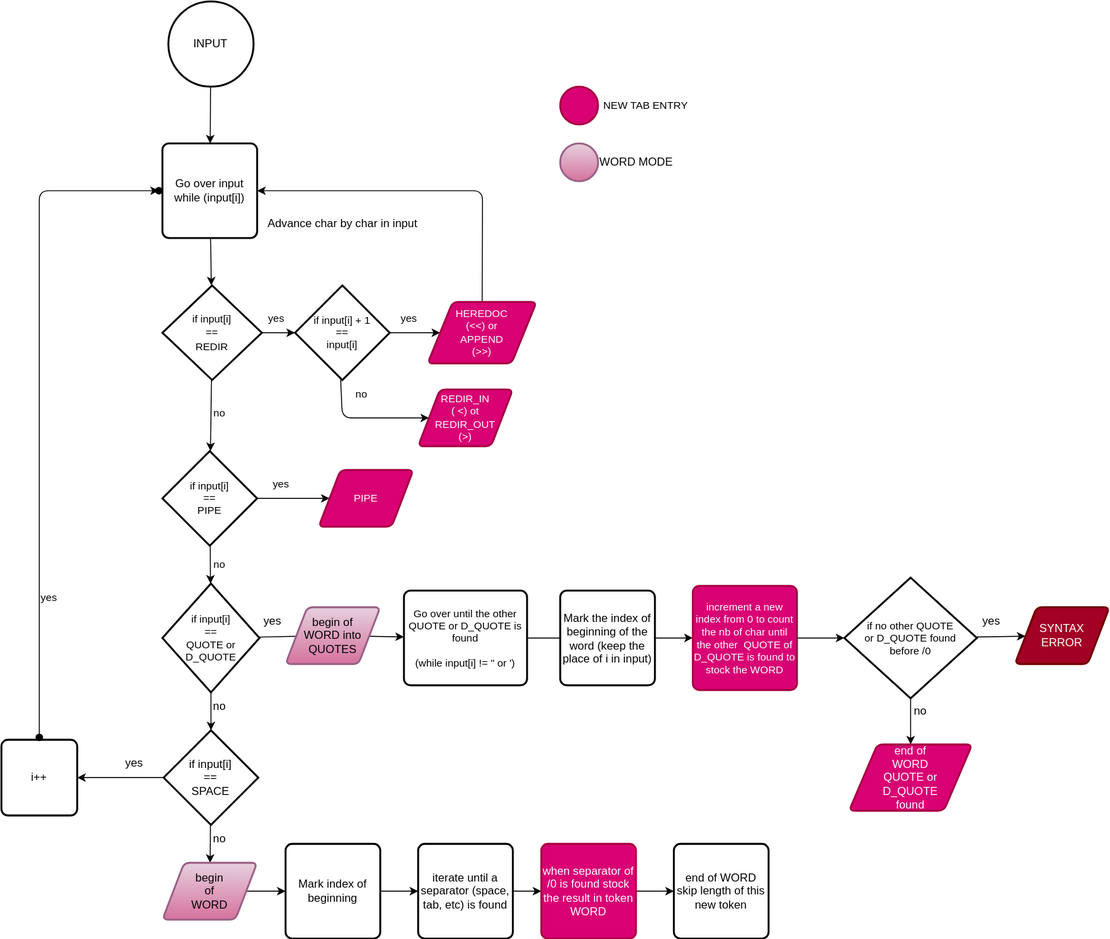
csteylae/MiniTry keeps this draw.io diagram as draws/doc_tokenization.drawio.svg. Above is the earlier version. Source tidied: cells renumbered, new cells last; positions are measured from the earlier drawing's top-left corner, leaving out a move shared by most shapes.
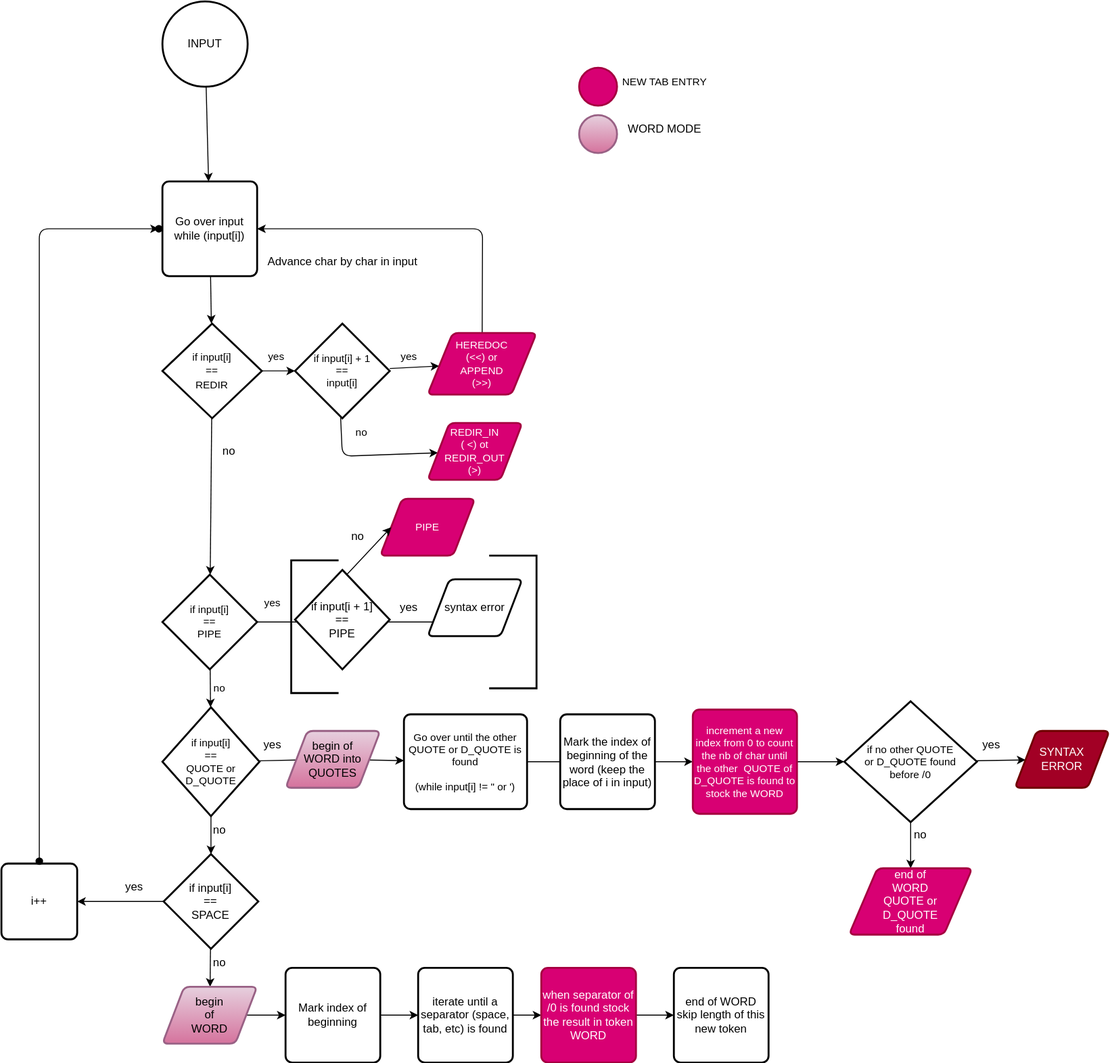
Above is the later version.

Change to the diagram source:
```diff
@@ -6,19 +6,19 @@
       <mxGeometry relative="1" as="geometry" />
     </mxCell>
     <mxCell id="3" value="Go over input&lt;br&gt;while (input[i])" style="rounded=1;whiteSpace=wrap;html=1;absoluteArcSize=1;arcSize=14;strokeWidth=2;" parent="1" vertex="1">
-      <mxGeometry x="170" y="150" width="100" height="100" as="geometry" />
+      <mxGeometry x="170" y="60" width="100" height="100" as="geometry" />
     </mxCell>
     <mxCell id="4" value="Advance char by char in input" style="text;html=1;align=center;verticalAlign=middle;strokeColor=none;fillColor=none;" parent="1" vertex="1">
-      <mxGeometry x="270" y="220" width="180" height="30" as="geometry" />
+      <mxGeometry x="270" y="130" width="180" height="30" as="geometry" />
     </mxCell>
+    <mxCell id="6" style="edgeStyle=none;html=1;fontSize=11;" parent="1" edge="1" source="7" target="10">
+      <mxGeometry relative="1" as="geometry" />
+    </mxCell>
-    <mxCell id="5" style="edgeStyle=none;html=1;fontSize=11;" parent="1" edge="1" source="7" target="18">
+    <mxCell id="5" style="edgeStyle=none;html=1;" parent="1" edge="1" source="7" target="18">
       <mxGeometry relative="1" as="geometry" />
     </mxCell>
-    <mxCell id="6" style="edgeStyle=none;html=1;fontSize=11;" parent="1" edge="1" source="7" target="10">
-      <mxGeometry relative="1" as="geometry" />
-    </mxCell>
     <mxCell id="7" value="&lt;span style=&quot;font-size: 11px;&quot;&gt;if input[i] &lt;br&gt;== &lt;br&gt;REDIR&lt;/span&gt;" style="strokeWidth=2;html=1;shape=mxgraph.flowchart.decision;whiteSpace=wrap;" parent="1" vertex="1">
-      <mxGeometry x="170" y="300" width="105" height="100" as="geometry" />
+      <mxGeometry x="170" y="210" width="105" height="100" as="geometry" />
     </mxCell>
     <mxCell id="8" style="edgeStyle=none;html=1;fontSize=11;" parent="1" edge="1" source="10" target="13">
       <mxGeometry relative="1" as="geometry" />
@@ -26,55 +26,52 @@
     <mxCell id="9" style="edgeStyle=none;html=1;fontSize=11;exitX=-0.046;exitY=-0.022;exitDx=0;exitDy=0;exitPerimeter=0;" parent="1" edge="1" source="15" target="14">
       <mxGeometry relative="1" as="geometry">
         <Array as="points">
-          <mxPoint x="360" y="440" />
+          <mxPoint x="360" y="350" />
         </Array>
       </mxGeometry>
     </mxCell>
     <mxCell id="10" value="if input[i] + 1 &lt;br&gt;== &lt;br&gt;input[i]" style="strokeWidth=2;html=1;shape=mxgraph.flowchart.decision;whiteSpace=wrap;fontSize=11;" parent="1" vertex="1">
-      <mxGeometry x="310" y="300" width="100" height="100" as="geometry" />
+      <mxGeometry x="310" y="210" width="100" height="100" as="geometry" />
     </mxCell>
     <mxCell id="11" value="yes" style="text;html=1;align=center;verticalAlign=middle;strokeColor=none;fillColor=none;fontSize=11;" parent="1" vertex="1">
-      <mxGeometry x="410" y="320" width="40" height="30" as="geometry" />
+      <mxGeometry x="410" y="230" width="40" height="30" as="geometry" />
     </mxCell>
     <mxCell id="12" style="edgeStyle=none;html=1;entryX=1;entryY=0.5;entryDx=0;entryDy=0;" parent="1" edge="1" source="13" target="3">
       <mxGeometry relative="1" as="geometry">
         <Array as="points">
-          <mxPoint x="508" y="200" />
+          <mxPoint x="508" y="110" />
         </Array>
       </mxGeometry>
     </mxCell>
     <mxCell id="13" value="HEREDOC&lt;br&gt;&amp;nbsp;(&amp;lt;&amp;lt;) or &lt;br&gt;APPEND &lt;br&gt;(&amp;gt;&amp;gt;)" style="shape=parallelogram;html=1;strokeWidth=2;perimeter=parallelogramPerimeter;whiteSpace=wrap;rounded=1;arcSize=12;size=0.23;fontSize=11;fillColor=#d80073;fontColor=#ffffff;strokeColor=#A50040;" parent="1" vertex="1">
-      <mxGeometry x="450" y="317.5" width="115" height="65" as="geometry" />
+      <mxGeometry x="450" y="220" width="115" height="65" as="geometry" />
     </mxCell>
     <mxCell id="14" value="REDIR_IN&lt;br&gt;( &amp;lt;) ot&lt;br&gt;REDIR_OUT &lt;br&gt;(&amp;gt;)" style="shape=parallelogram;html=1;strokeWidth=2;perimeter=parallelogramPerimeter;whiteSpace=wrap;rounded=1;arcSize=12;size=0.23;fontSize=11;fillColor=#d80073;fontColor=#ffffff;strokeColor=#A50040;" parent="1" vertex="1">
-      <mxGeometry x="440" y="410" width="100" height="60" as="geometry" />
+      <mxGeometry x="450" y="315" width="100" height="60" as="geometry" />
     </mxCell>
     <mxCell id="15" value="no" style="text;html=1;align=center;verticalAlign=middle;points=[];strokeColor=none;fillColor=none;fontSize=11;" parent="1" vertex="1">
-      <mxGeometry x="360" y="400" width="40" height="30" as="geometry" />
+      <mxGeometry x="360" y="310" width="40" height="30" as="geometry" />
     </mxCell>
-    <mxCell id="16" style="edgeStyle=none;html=1;fontSize=11;" parent="1" edge="1" source="18" target="19">
-      <mxGeometry relative="1" as="geometry" />
-    </mxCell>
     <mxCell id="17" style="edgeStyle=none;html=1;fontSize=11;" parent="1" edge="1" source="18" target="26">
       <mxGeometry relative="1" as="geometry" />
     </mxCell>
+    <mxCell id="69" style="edgeStyle=none;html=1;" parent="1" edge="1" source="18" target="73">
+      <mxGeometry relative="1" as="geometry" />
+    </mxCell>
     <mxCell id="18" value="if input[i]&lt;br&gt;==&amp;nbsp;&lt;br&gt;PIPE" style="strokeWidth=2;html=1;shape=mxgraph.flowchart.decision;whiteSpace=wrap;fontSize=11;" parent="1" vertex="1">
       <mxGeometry x="170" y="475" width="100" height="100" as="geometry" />
     </mxCell>
     <mxCell id="19" value="PIPE" style="shape=parallelogram;html=1;strokeWidth=2;perimeter=parallelogramPerimeter;whiteSpace=wrap;rounded=1;arcSize=12;size=0.23;fontSize=11;fillColor=#d80073;fontColor=#ffffff;strokeColor=#A50040;" parent="1" vertex="1">
-      <mxGeometry x="335" y="495" width="100" height="60" as="geometry" />
+      <mxGeometry x="400" y="395" width="100" height="60" as="geometry" />
     </mxCell>
-    <mxCell id="20" value="no" style="text;html=1;align=center;verticalAlign=middle;strokeColor=none;fillColor=none;fontSize=11;" parent="1" vertex="1">
-      <mxGeometry x="210" y="420" width="40" height="30" as="geometry" />
-    </mxCell>
     <mxCell id="21" value="yes" style="text;html=1;align=center;verticalAlign=middle;strokeColor=none;fillColor=none;fontSize=11;" parent="1" vertex="1">
-      <mxGeometry x="275" y="495" width="40" height="30" as="geometry" />
+      <mxGeometry x="266" y="490" width="40" height="30" as="geometry" />
     </mxCell>
     <mxCell id="22" style="strokeWidth=2;html=1;shape=mxgraph.flowchart.start_2;whiteSpace=wrap;fontSize=11;fillColor=#d80073;fontColor=#ffffff;strokeColor=#A50040;" parent="1" vertex="1">
-      <mxGeometry x="590" y="90" width="40" height="40" as="geometry" />
+      <mxGeometry x="610" y="-60" width="40" height="40" as="geometry" />
     </mxCell>
     <mxCell id="23" value="NEW TAB ENTRY&amp;nbsp;" style="text;html=1;align=center;verticalAlign=middle;strokeColor=none;fillColor=none;fontSize=11;" parent="1" vertex="1">
-      <mxGeometry x="620" y="95" width="120" height="30" as="geometry" />
+      <mxGeometry x="640" y="-60" width="120" height="30" as="geometry" />
     </mxCell>
     <mxCell id="24" style="edgeStyle=none;html=1;fontSize=11;startArrow=none;" parent="1" edge="1" source="60" target="28">
       <mxGeometry relative="1" as="geometry" />
@@ -94,11 +91,8 @@
     <mxCell id="29" value="no" style="text;html=1;align=center;verticalAlign=middle;strokeColor=none;fillColor=none;fontSize=11;" parent="1" vertex="1">
       <mxGeometry x="210" y="580" width="40" height="30" as="geometry" />
     </mxCell>
-    <mxCell id="30" value="yes" style="text;html=1;align=center;verticalAlign=middle;strokeColor=none;fillColor=none;fontSize=11;" parent="1" vertex="1">
-      <mxGeometry x="30" y="615" width="40" height="30" as="geometry" />
-    </mxCell>
     <mxCell id="31" value="yes" style="text;html=1;align=center;verticalAlign=middle;strokeColor=none;fillColor=none;fontSize=11;" parent="1" vertex="1">
-      <mxGeometry x="270" y="320" width="40" height="30" as="geometry" />
+      <mxGeometry x="270" y="230" width="40" height="30" as="geometry" />
     </mxCell>
     <mxCell id="32" style="edgeStyle=none;html=1;fontSize=11;" parent="1" edge="1" source="33" target="36">
       <mxGeometry relative="1" as="geometry" />
@@ -140,12 +134,12 @@
       <mxGeometry relative="1" as="geometry" />
     </mxCell>
     <mxCell id="45" value="INPUT" style="strokeWidth=2;html=1;shape=mxgraph.flowchart.start_2;whiteSpace=wrap;" parent="1" vertex="1">
-      <mxGeometry x="176.2" width="90" height="90" as="geometry" />
+      <mxGeometry x="170" y="-130" width="90" height="90" as="geometry" />
     </mxCell>
     <mxCell id="46" style="edgeStyle=none;html=1;" parent="1" edge="1" source="47" target="48">
       <mxGeometry relative="1" as="geometry">
         <Array as="points">
-          <mxPoint x="40" y="200" />
+          <mxPoint x="40" y="110" />
         </Array>
       </mxGeometry>
     </mxCell>
@@ -153,7 +147,7 @@
       <mxGeometry x="30" y="767.5" width="20" height="20" as="geometry" />
     </mxCell>
     <mxCell id="48" style="shape=waypoint;sketch=0;size=6;points=[];fillColor=default;perimeter=centerPerimeter;snapToPoint=1;rounded=1;arcSize=14;strokeWidth=2;" parent="1" vertex="1">
-      <mxGeometry x="156.2" y="190" width="20" height="20" as="geometry" />
+      <mxGeometry x="156.2" y="100" width="20" height="20" as="geometry" />
     </mxCell>
     <mxCell id="49" value="no" style="text;html=1;align=center;verticalAlign=middle;strokeColor=none;fillColor=none;" parent="1" vertex="1">
       <mxGeometry x="210" y="730" width="40" height="30" as="geometry" />
@@ -194,10 +188,10 @@
       <mxGeometry x="300" y="640" width="100" height="60" as="geometry" />
     </mxCell>
     <mxCell id="61" style="strokeWidth=2;html=1;shape=mxgraph.flowchart.start_2;whiteSpace=wrap;fontSize=11;fillColor=#e6d0de;strokeColor=#996185;gradientColor=#d5739d;" parent="1" vertex="1">
-      <mxGeometry x="590" y="150" width="40" height="40" as="geometry" />
+      <mxGeometry x="610" y="-10" width="40" height="40" as="geometry" />
     </mxCell>
     <mxCell id="62" value="WORD MODE" style="text;html=1;align=center;verticalAlign=middle;strokeColor=none;fillColor=none;" parent="1" vertex="1">
-      <mxGeometry x="620" y="155" width="100" height="30" as="geometry" />
+      <mxGeometry x="650" y="-10" width="100" height="30" as="geometry" />
     </mxCell>
     <mxCell id="63" value="yes" style="text;html=1;align=center;verticalAlign=middle;strokeColor=none;fillColor=none;" parent="1" vertex="1">
       <mxGeometry x="266.2" y="640" width="40" height="30" as="geometry" />
@@ -217,5 +211,33 @@
     <mxCell id="68" value="end of WORD skip length of this new token" style="rounded=1;whiteSpace=wrap;html=1;absoluteArcSize=1;arcSize=14;strokeWidth=2;" parent="1" vertex="1">
       <mxGeometry x="710" y="890" width="100" height="100" as="geometry" />
     </mxCell>
+    <mxCell id="70" style="edgeStyle=none;html=1;entryX=0;entryY=0.5;entryDx=0;entryDy=0;exitX=0.5;exitY=0;exitDx=0;exitDy=0;exitPerimeter=0;" parent="1" edge="1" source="71" target="19">
+      <mxGeometry relative="1" as="geometry">
+        <Array as="points">
+          <mxPoint x="360" y="480" />
+        </Array>
+      </mxGeometry>
+    </mxCell>
+    <mxCell id="71" value="if input[i + 1]&lt;br&gt;==&lt;br&gt;PIPE" style="strokeWidth=2;html=1;shape=mxgraph.flowchart.decision;whiteSpace=wrap;" parent="1" vertex="1">
+      <mxGeometry x="310" y="470" width="100" height="105" as="geometry" />
+    </mxCell>
+    <mxCell id="72" style="strokeWidth=2;html=1;shape=mxgraph.flowchart.annotation_1;align=left;" parent="1" vertex="1">
+      <mxGeometry x="306" y="460" width="50" height="140" as="geometry" />
+    </mxCell>
+    <mxCell id="73" style="strokeWidth=2;html=1;shape=mxgraph.flowchart.annotation_1;align=left;direction=west;" parent="1" vertex="1">
+      <mxGeometry x="515" y="455" width="50" height="140" as="geometry" />
+    </mxCell>
+    <mxCell id="74" value="syntax error" style="shape=parallelogram;html=1;strokeWidth=2;perimeter=parallelogramPerimeter;whiteSpace=wrap;rounded=1;arcSize=12;size=0.23;" parent="1" vertex="1">
+      <mxGeometry x="450" y="480" width="100" height="60" as="geometry" />
+    </mxCell>
+    <mxCell id="75" value="no" style="text;html=1;align=center;verticalAlign=middle;strokeColor=none;fillColor=none;" parent="1" vertex="1">
+      <mxGeometry x="356" y="420" width="40" height="30" as="geometry" />
+    </mxCell>
+    <mxCell id="30" value="yes" style="text;html=1;align=center;verticalAlign=middle;strokeColor=none;fillColor=none;" parent="1" vertex="1">
+      <mxGeometry x="410" y="495" width="40" height="30" as="geometry" />
+    </mxCell>
+    <mxCell id="76" value="no" style="text;html=1;align=center;verticalAlign=middle;strokeColor=none;fillColor=none;" parent="1" vertex="1">
+      <mxGeometry x="220" y="330" width="40" height="30" as="geometry" />
+    </mxCell>
   </root>
 </mxGraphModel>
```
